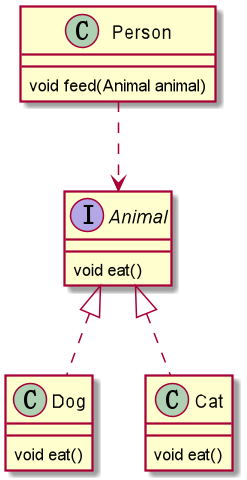
The PlantUML diagram doc/images/principle/依赖倒转原则正例.png in Drintau/StudyRepository, before a commit. Its source is kept beside it as doc/UML/principle/依赖倒转原则正例.puml.
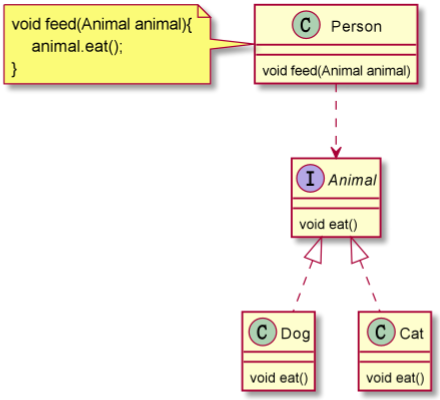
Above is the later version.

Change to the diagram source:
```diff
@@ -3,6 +3,11 @@
 class Person{
     void feed(Animal animal)
 }
+note left
+void feed(Animal animal){
+    animal.eat();
+}
+end note
 interface Animal{
     void eat()
 }
```
